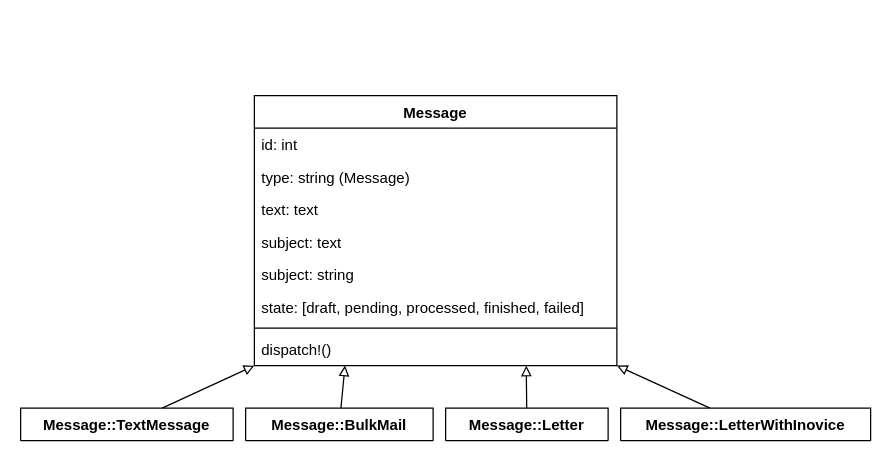
Above: page "Message Typen" (3 of 4) of doc/architecture/diagrams/modules/messages.drawio in hitobito/hitobito (draw.io), before the change. Source tidied: cells renumbered, new cells numbered last; positions are measured from the earlier drawing's top-left corner, leaving out a move shared by most shapes. Both pictures are drawn from the tidied source at 125%, with x=0, y=0 at pixel (20, 95).
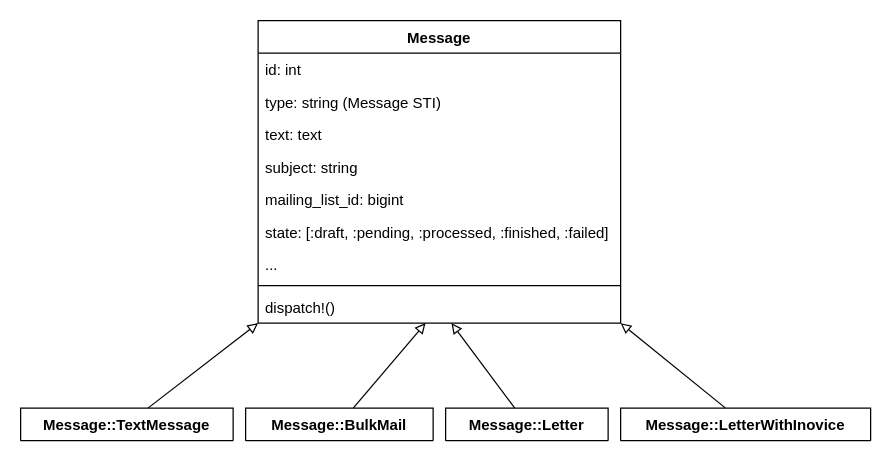
After the change.

Change to the diagram source:
```diff
@@
 <mxGraphModel>
   <root>
     <mxCell id="0" />
     <mxCell id="1" parent="0" />
     <mxCell id="2" value="Message" style="swimlane;fontStyle=1;align=center;verticalAlign=top;horizontal=1;startSize=26;" parent="1" vertex="1">
-      <mxGeometry x="187" width="290" height="216" as="geometry" />
+      <mxGeometry x="190" y="-60" width="290" height="242" as="geometry" />
     </mxCell>
     <mxCell id="3" value="id: int" style="text;strokeColor=none;fillColor=none;align=left;verticalAlign=top;spacingLeft=4;spacingRight=4;overflow=hidden;" parent="2" vertex="1">
       <mxGeometry y="26" width="290" height="26" as="geometry" />
     </mxCell>
-    <mxCell id="4" value="type: string (Message)" style="text;strokeColor=none;fillColor=none;align=left;verticalAlign=top;spacingLeft=4;spacingRight=4;overflow=hidden;" parent="2" vertex="1">
+    <mxCell id="4" value="type: string (Message STI)" style="text;strokeColor=none;fillColor=none;align=left;verticalAlign=top;spacingLeft=4;spacingRight=4;overflow=hidden;" parent="2" vertex="1">
       <mxGeometry y="52" width="290" height="26" as="geometry" />
     </mxCell>
     <mxCell id="5" value="text: text " style="text;strokeColor=none;fillColor=none;align=left;verticalAlign=top;spacingLeft=4;spacingRight=4;overflow=hidden;" parent="2" vertex="1">
       <mxGeometry y="78" width="290" height="26" as="geometry" />
     </mxCell>
+    <mxCell id="7" value="subject: string" style="text;strokeColor=none;fillColor=none;align=left;verticalAlign=top;spacingLeft=4;spacingRight=4;overflow=hidden;" parent="2" vertex="1">
+      <mxGeometry y="104" width="290" height="26" as="geometry" />
+    </mxCell>
-    <mxCell id="6" value="subject: text" style="text;strokeColor=none;fillColor=none;align=left;verticalAlign=top;spacingLeft=4;spacingRight=4;overflow=hidden;" parent="2" vertex="1">
-      <mxGeometry y="104" width="290" height="26" as="geometry" />
+    <mxCell id="6" value="mailing_list_id: bigint" style="text;strokeColor=none;fillColor=none;align=left;verticalAlign=top;spacingLeft=4;spacingRight=4;overflow=hidden;" parent="2" vertex="1">
+      <mxGeometry y="130" width="290" height="26" as="geometry" />
     </mxCell>
-    <mxCell id="7" value="subject: string" style="text;strokeColor=none;fillColor=none;align=left;verticalAlign=top;spacingLeft=4;spacingRight=4;overflow=hidden;" parent="2" vertex="1">
-      <mxGeometry y="130" width="290" height="26" as="geometry" />
-    </mxCell>
-    <mxCell id="8" value="state: [draft, pending, processed, finished, failed]" style="text;strokeColor=none;fillColor=none;align=left;verticalAlign=top;spacingLeft=4;spacingRight=4;overflow=hidden;" parent="2" vertex="1">
+    <mxCell id="8" value="state: [:draft, :pending, :processed, :finished, :failed]" style="text;strokeColor=none;fillColor=none;align=left;verticalAlign=top;spacingLeft=4;spacingRight=4;overflow=hidden;" parent="2" vertex="1">
       <mxGeometry y="156" width="290" height="26" as="geometry" />
     </mxCell>
+    <mxCell id="19" value="..." style="text;strokeColor=none;fillColor=none;align=left;verticalAlign=top;spacingLeft=4;spacingRight=4;overflow=hidden;" parent="2" vertex="1">
+      <mxGeometry y="182" width="290" height="26" as="geometry" />
+    </mxCell>
     <mxCell id="9" style="line;strokeWidth=1;fillColor=none;align=left;verticalAlign=middle;spacingTop=-1;spacingLeft=3;spacingRight=3;labelPosition=right;" parent="2" vertex="1">
-      <mxGeometry y="182" width="290" height="8" as="geometry" />
+      <mxGeometry y="208" width="290" height="8" as="geometry" />
     </mxCell>
     <mxCell id="10" value="dispatch!()" style="text;strokeColor=none;fillColor=none;align=left;verticalAlign=top;spacingLeft=4;spacingRight=4;overflow=hidden;points=[[0,0.5],[1,0.5]];portConstraint=eastwest;" parent="2" vertex="1">
-      <mxGeometry y="190" width="290" height="26" as="geometry" />
+      <mxGeometry y="216" width="290" height="26" as="geometry" />
     </mxCell>
-    <mxCell id="11" style="edgeStyle=none;rounded=0;jettySize=auto;html=1;entryX=0.75;entryY=1;entryDx=0;entryDy=0;endArrow=block;endFill=0;" parent="1" edge="1" source="12" target="2">
+    <mxCell id="11" style="edgeStyle=none;rounded=0;jettySize=auto;html=1;endArrow=block;endFill=0;" parent="1" edge="1" source="12" target="10">
       <mxGeometry relative="1" as="geometry" />
     </mxCell>
     <mxCell id="12" value="Message::Letter" style="swimlane;fontStyle=1;align=center;verticalAlign=top;horizontal=1;startSize=26;" parent="1" vertex="1" collapsed="1">
       <mxGeometry x="340" y="250" width="130" height="26" as="geometry" />
     </mxCell>
-    <mxCell id="13" style="edgeStyle=none;rounded=0;jettySize=auto;html=1;entryX=0.25;entryY=1;entryDx=0;entryDy=0;endArrow=block;endFill=0;" parent="1" edge="1" source="14" target="2">
+    <mxCell id="13" style="edgeStyle=none;rounded=0;jettySize=auto;html=1;endArrow=block;endFill=0;" parent="1" edge="1" source="14" target="10">
       <mxGeometry relative="1" as="geometry" />
     </mxCell>
     <mxCell id="14" value="Message::BulkMail" style="swimlane;fontStyle=1;align=center;verticalAlign=top;horizontal=1;startSize=26;" parent="1" vertex="1" collapsed="1">
       <mxGeometry x="180" y="250" width="150" height="26" as="geometry" />
     </mxCell>
     <mxCell id="15" style="rounded=0;jettySize=auto;html=1;entryX=0;entryY=1;entryDx=0;entryDy=0;endArrow=block;endFill=0;" parent="1" edge="1" source="16" target="2">
       <mxGeometry relative="1" as="geometry" />
     </mxCell>
     <mxCell id="16" value="Message::TextMessage" style="swimlane;fontStyle=1;align=center;verticalAlign=top;horizontal=1;startSize=26;" parent="1" vertex="1" collapsed="1">
       <mxGeometry y="250" width="170" height="26" as="geometry" />
     </mxCell>
     <mxCell id="17" style="edgeStyle=none;rounded=0;jettySize=auto;html=1;entryX=1;entryY=1;entryDx=0;entryDy=0;endArrow=block;endFill=0;" parent="1" edge="1" source="18" target="2">
       <mxGeometry relative="1" as="geometry" />
     </mxCell>
     <mxCell id="18" value="Message::LetterWithInovice" style="swimlane;fontStyle=1;align=center;verticalAlign=top;horizontal=1;startSize=26;" parent="1" vertex="1" collapsed="1">
       <mxGeometry x="480" y="250" width="200" height="26" as="geometry" />
     </mxCell>
   </root>
 </mxGraphModel>
```
